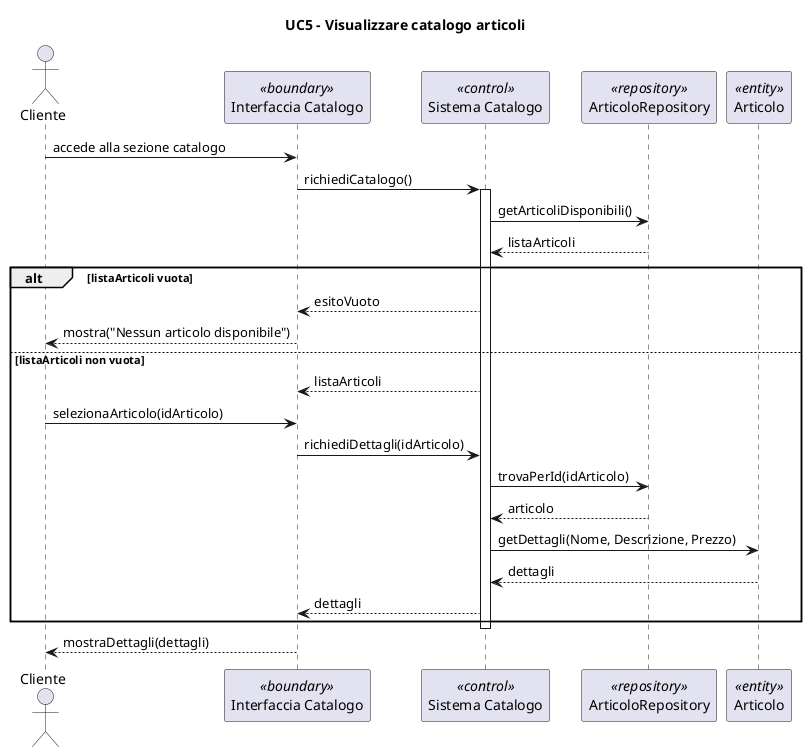
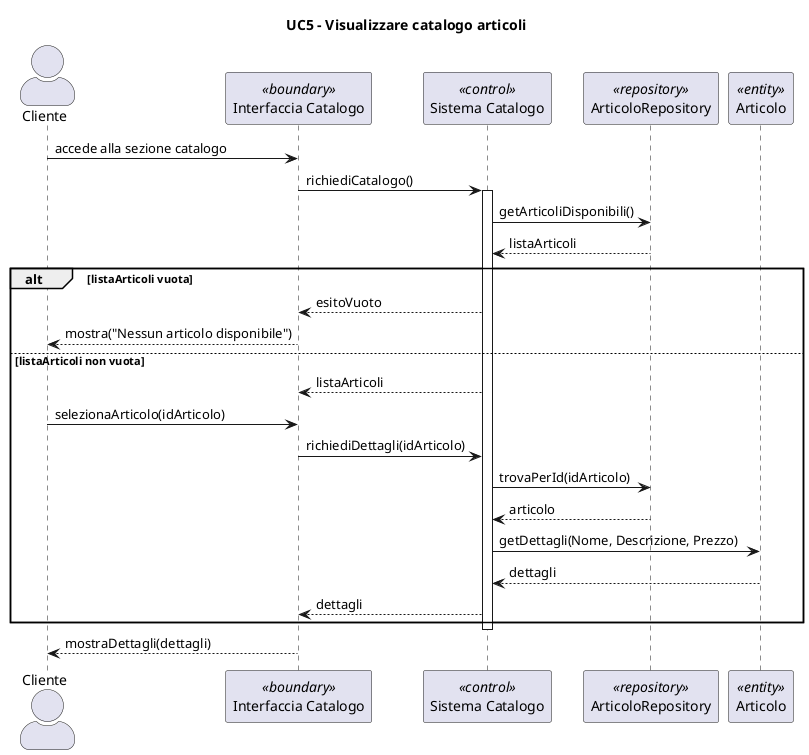
@startuml
+ skinparam actorStyle awesome
title UC5 - Visualizzare catalogo articoli

actor Cliente
participant "Interfaccia Catalogo" <<boundary>>
participant "Sistema Catalogo" <<control>>
participant "ArticoloRepository" <<repository>>
participant "Articolo" <<entity>>

Cliente -> "Interfaccia Catalogo" : accede alla sezione catalogo
"Interfaccia Catalogo" -> "Sistema Catalogo" : richiediCatalogo()

activate "Sistema Catalogo"


"Sistema Catalogo" -> "ArticoloRepository" : getArticoliDisponibili()
"ArticoloRepository" --> "Sistema Catalogo" : listaArticoli

alt listaArticoli vuota
    "Sistema Catalogo" --> "Interfaccia Catalogo" : esitoVuoto
    "Interfaccia Catalogo"--> Cliente : mostra("Nessun articolo disponibile")
else listaArticoli non vuota
    "Sistema Catalogo" --> "Interfaccia Catalogo" : listaArticoli


    Cliente -> "Interfaccia Catalogo" : selezionaArticolo(idArticolo)
    "Interfaccia Catalogo" -> "Sistema Catalogo" : richiediDettagli(idArticolo)

    "Sistema Catalogo" -> "ArticoloRepository" : trovaPerId(idArticolo)
    "ArticoloRepository" --> "Sistema Catalogo" : articolo

    "Sistema Catalogo" -> "Articolo" : getDettagli(Nome, Descrizione, Prezzo)
    "Articolo" --> "Sistema Catalogo" : dettagli

    "Sistema Catalogo" --> "Interfaccia Catalogo" : dettagli
end

deactivate "Sistema Catalogo"

"Interfaccia Catalogo" --> Cliente : mostraDettagli(dettagli)

@enduml